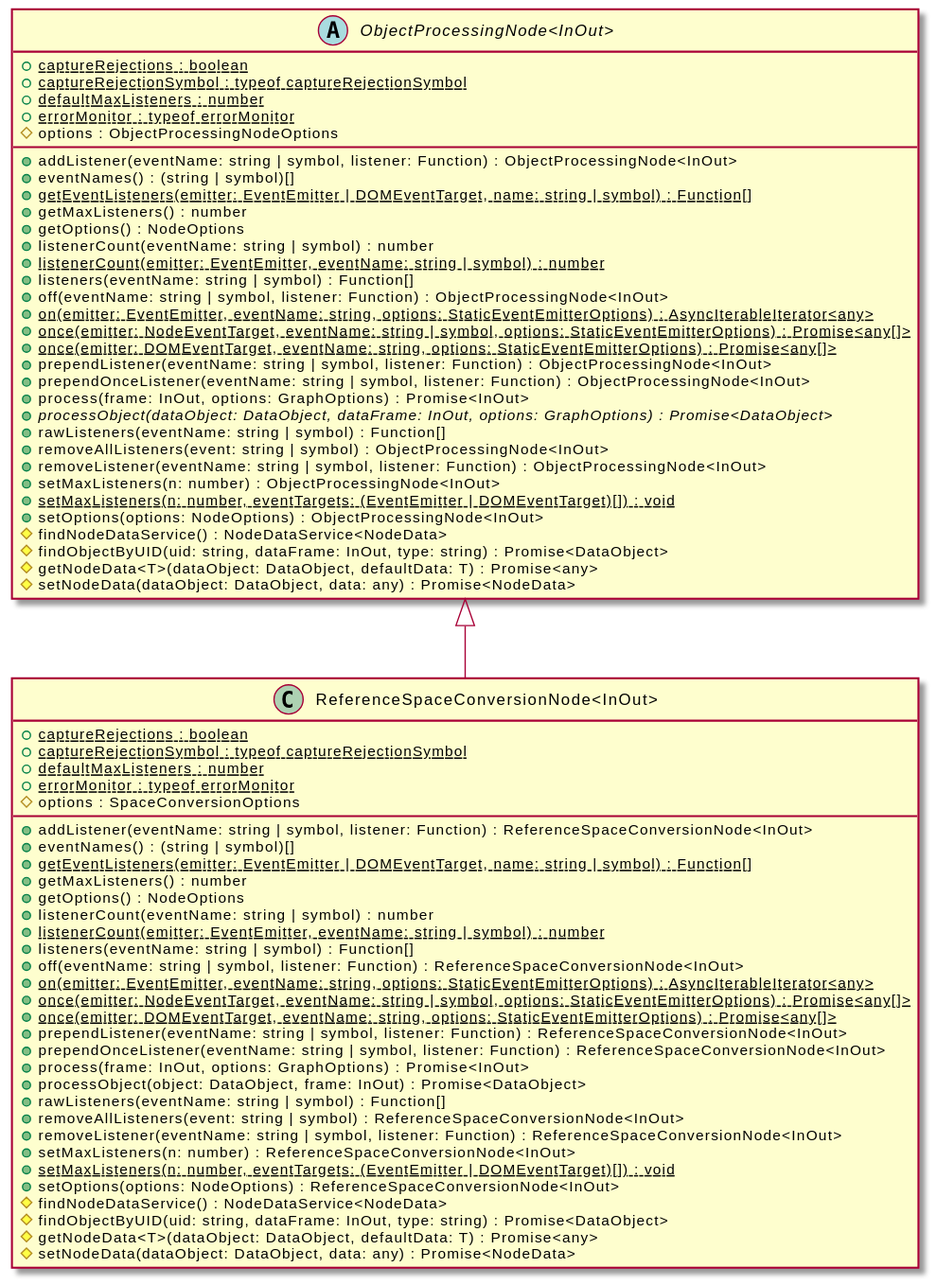
OpenHPS/openhps-core keeps this PlantUML diagram as assets/ReferenceSpaceConversionNode-umlClassDiagram-13116.svg. Above is the earlier version.
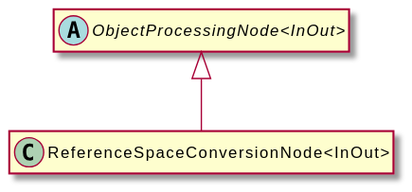
After the commit.

Change to the diagram source:
```diff
@@ -3,70 +3,8 @@
 hide empty methods
 hide empty fields
 class "ReferenceSpaceConversionNode<InOut>" {
-    {static} +captureRejections : boolean
-    {static} +captureRejectionSymbol : typeof captureRejectionSymbol
-    {static} +defaultMaxListeners : number
-    {static} +errorMonitor : typeof errorMonitor
-    #options : SpaceConversionOptions
-    +addListener(eventName: string | symbol, listener: Function) : ReferenceSpaceConversionNode<InOut>
-    +eventNames() : (string | symbol)[]
-    {static} +getEventListeners(emitter: EventEmitter | DOMEventTarget, name: string | symbol) : Function[]
-    +getMaxListeners() : number
-    +getOptions() : NodeOptions
-    +listenerCount(eventName: string | symbol) : number
-    {static} +listenerCount(emitter: EventEmitter, eventName: string | symbol) : number
-    +listeners(eventName: string | symbol) : Function[]
-    +off(eventName: string | symbol, listener: Function) : ReferenceSpaceConversionNode<InOut>
-    {static} +on(emitter: EventEmitter, eventName: string, options: StaticEventEmitterOptions) : AsyncIterableIterator<any>
-    {static} +once(emitter: NodeEventTarget, eventName: string | symbol, options: StaticEventEmitterOptions) : Promise<any[]>
-    {static} +once(emitter: DOMEventTarget, eventName: string, options: StaticEventEmitterOptions) : Promise<any[]>
-    +prependListener(eventName: string | symbol, listener: Function) : ReferenceSpaceConversionNode<InOut>
-    +prependOnceListener(eventName: string | symbol, listener: Function) : ReferenceSpaceConversionNode<InOut>
-    +process(frame: InOut, options: GraphOptions) : Promise<InOut>
-    +processObject(object: DataObject, frame: InOut) : Promise<DataObject>
-    +rawListeners(eventName: string | symbol) : Function[]
-    +removeAllListeners(event: string | symbol) : ReferenceSpaceConversionNode<InOut>
-    +removeListener(eventName: string | symbol, listener: Function) : ReferenceSpaceConversionNode<InOut>
-    +setMaxListeners(n: number) : ReferenceSpaceConversionNode<InOut>
-    {static} +setMaxListeners(n: number, eventTargets: (EventEmitter | DOMEventTarget)[]) : void
-    +setOptions(options: NodeOptions) : ReferenceSpaceConversionNode<InOut>
-    #findNodeDataService() : NodeDataService<NodeData>
-    #findObjectByUID(uid: string, dataFrame: InOut, type: string) : Promise<DataObject>
-    #getNodeData<T>(dataObject: DataObject, defaultData: T) : Promise<any>
-    #setNodeData(dataObject: DataObject, data: any) : Promise<NodeData>
 }
 abstract class "ObjectProcessingNode<InOut>" {
-    {static} +captureRejections : boolean
-    {static} +captureRejectionSymbol : typeof captureRejectionSymbol
-    {static} +defaultMaxListeners : number
-    {static} +errorMonitor : typeof errorMonitor
-    #options : ObjectProcessingNodeOptions
-    +addListener(eventName: string | symbol, listener: Function) : ObjectProcessingNode<InOut>
-    +eventNames() : (string | symbol)[]
-    {static} +getEventListeners(emitter: EventEmitter | DOMEventTarget, name: string | symbol) : Function[]
-    +getMaxListeners() : number
-    +getOptions() : NodeOptions
-    +listenerCount(eventName: string | symbol) : number
-    {static} +listenerCount(emitter: EventEmitter, eventName: string | symbol) : number
-    +listeners(eventName: string | symbol) : Function[]
-    +off(eventName: string | symbol, listener: Function) : ObjectProcessingNode<InOut>
-    {static} +on(emitter: EventEmitter, eventName: string, options: StaticEventEmitterOptions) : AsyncIterableIterator<any>
-    {static} +once(emitter: NodeEventTarget, eventName: string | symbol, options: StaticEventEmitterOptions) : Promise<any[]>
-    {static} +once(emitter: DOMEventTarget, eventName: string, options: StaticEventEmitterOptions) : Promise<any[]>
-    +prependListener(eventName: string | symbol, listener: Function) : ObjectProcessingNode<InOut>
-    +prependOnceListener(eventName: string | symbol, listener: Function) : ObjectProcessingNode<InOut>
-    +process(frame: InOut, options: GraphOptions) : Promise<InOut>
-    {abstract} +processObject(dataObject: DataObject, dataFrame: InOut, options: GraphOptions) : Promise<DataObject>
-    +rawListeners(eventName: string | symbol) : Function[]
-    +removeAllListeners(event: string | symbol) : ObjectProcessingNode<InOut>
-    +removeListener(eventName: string | symbol, listener: Function) : ObjectProcessingNode<InOut>
-    +setMaxListeners(n: number) : ObjectProcessingNode<InOut>
-    {static} +setMaxListeners(n: number, eventTargets: (EventEmitter | DOMEventTarget)[]) : void
-    +setOptions(options: NodeOptions) : ObjectProcessingNode<InOut>
-    #findNodeDataService() : NodeDataService<NodeData>
-    #findObjectByUID(uid: string, dataFrame: InOut, type: string) : Promise<DataObject>
-    #getNodeData<T>(dataObject: DataObject, defaultData: T) : Promise<any>
-    #setNodeData(dataObject: DataObject, data: any) : Promise<NodeData>
 }
 "ObjectProcessingNode<InOut>" <|-- "ReferenceSpaceConversionNode<InOut>"
 @enduml
```
